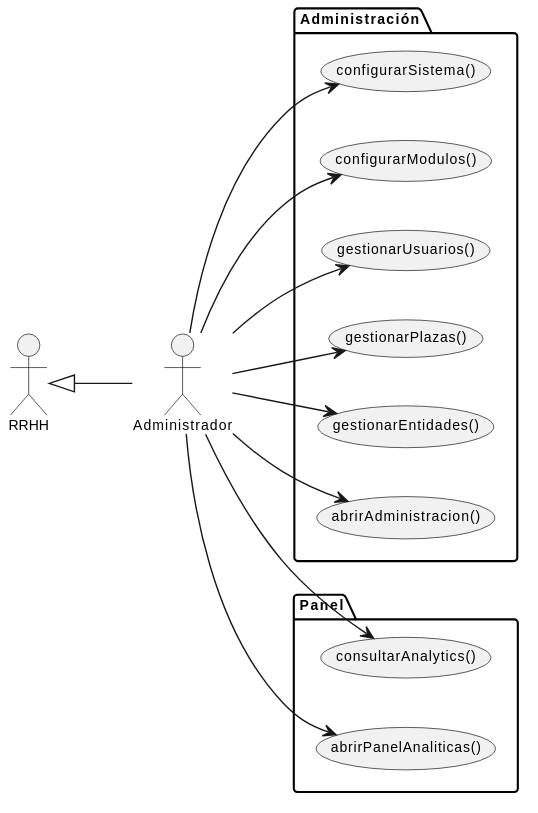
lostal/seven-suite keeps this PlantUML diagram as modelosUML/svg/casosUsoAdmin.svg. Above is the earlier version.
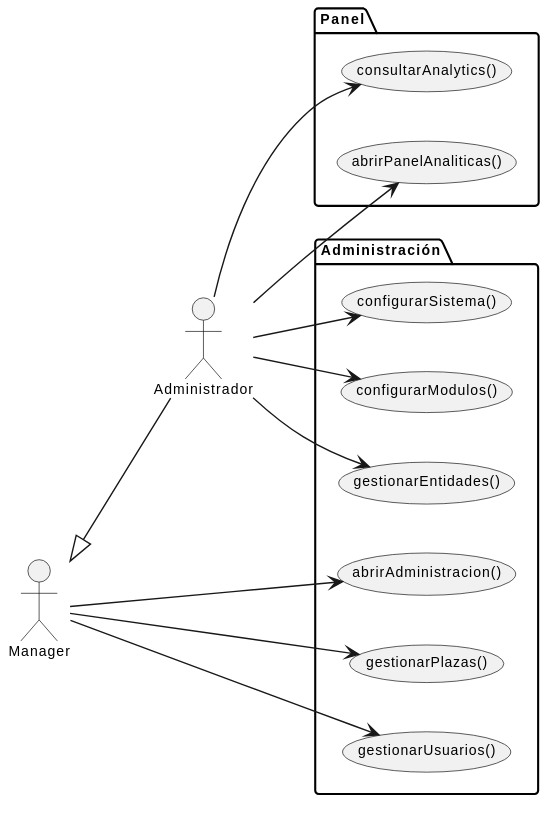
Later version of the same file.

Change to the diagram source:
```diff
@@ -1,12 +1,14 @@
 @startuml
+skinparam backgroundColor #FFFFFF
+
 left to right direction
 skinparam defaultFontName Arial
 skinparam defaultFontSize 10
 
-actor "RRHH"          as rrhh
+actor "Manager"       as manager
 actor "Administrador" as admin
 
-rrhh <|-- admin
+manager <|-- admin
 
 package "Administración" {
   usecase "abrirAdministracion()" as UC_AAD
@@ -22,10 +24,11 @@
   usecase "consultarAnalytics()"   as UC_CA
 }
 
-admin --> UC_AAD
+manager --> UC_AAD
+manager --> UC_GP
+manager --> UC_GU
+
 admin --> UC_GE
-admin --> UC_GP
-admin --> UC_GU
 admin --> UC_CMO
 admin --> UC_CS
 admin --> UC_APA
```
